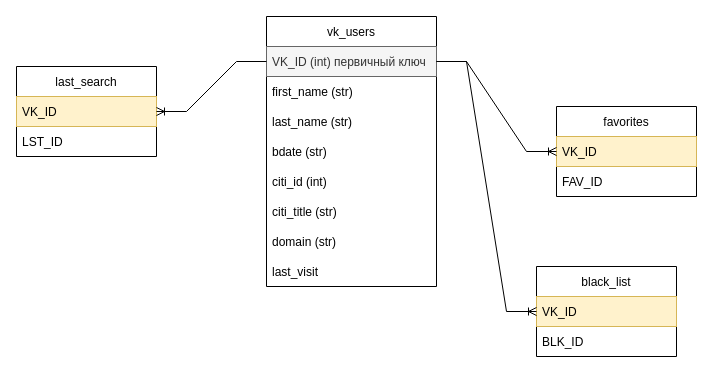
The draw.io diagram docs/DB_Vkinter.drawio in Garbuzenko/VKinder, before the edit. Source tidied: cells renumbered, new cells numbered last; positions are measured from the earlier drawing's top-left corner, leaving out a move shared by most shapes. Both pictures are drawn from the tidied source at 100%, with x=0, y=0 at pixel (16, 16).
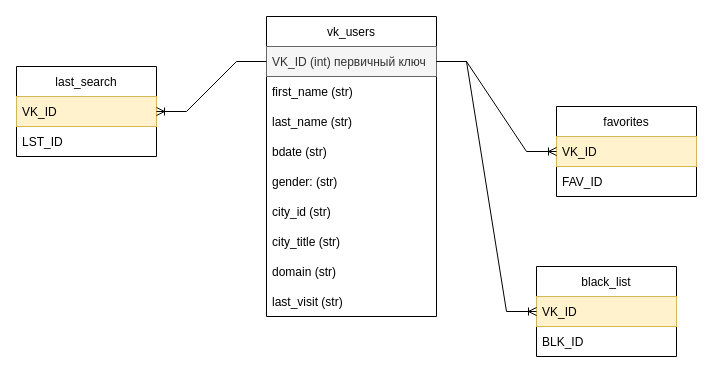
The same page after the edit.

Diff of the diagram source:
```diff
@@
     <mxCell id="2" value="vk_users" style="swimlane;fontStyle=0;horizontal=1;startSize=30;" parent="1" vertex="1">
-      <mxGeometry x="250" width="170" height="270" as="geometry" />
+      <mxGeometry x="250" width="170" height="300" as="geometry" />
     </mxCell>
@@
-    <mxCell id="7" value="citi_id (int)" style="text;strokeColor=none;fillColor=none;align=left;verticalAlign=middle;spacingLeft=4;spacingRight=4;overflow=hidden;" parent="2" vertex="1">
+    <mxCell id="7" value="gender: (str)" style="text;strokeColor=none;fillColor=none;align=left;verticalAlign=middle;spacingLeft=4;spacingRight=4;overflow=hidden;" parent="2" vertex="1">
       <mxGeometry y="150" width="170" height="30" as="geometry" />
     </mxCell>
-    <mxCell id="8" value="citi_title (str)" style="text;strokeColor=none;fillColor=none;align=left;verticalAlign=middle;spacingLeft=4;spacingRight=4;overflow=hidden;" parent="2" vertex="1">
+    <mxCell id="8" value="city_id (str)" style="text;strokeColor=none;fillColor=none;align=left;verticalAlign=middle;spacingLeft=4;spacingRight=4;overflow=hidden;" parent="2" vertex="1">
       <mxGeometry y="180" width="170" height="30" as="geometry" />
     </mxCell>
-    <mxCell id="9" value="domain (str)" style="text;strokeColor=none;fillColor=none;align=left;verticalAlign=middle;spacingLeft=4;spacingRight=4;overflow=hidden;" parent="2" vertex="1">
+    <mxCell id="9" value="city_title (str)" style="text;strokeColor=none;fillColor=none;align=left;verticalAlign=middle;spacingLeft=4;spacingRight=4;overflow=hidden;" parent="2" vertex="1">
       <mxGeometry y="210" width="170" height="30" as="geometry" />
     </mxCell>
-    <mxCell id="10" value="last_visit" style="text;strokeColor=none;fillColor=none;align=left;verticalAlign=middle;spacingLeft=4;spacingRight=4;overflow=hidden;" parent="2" vertex="1">
+    <mxCell id="10" value="domain (str)" style="text;strokeColor=none;fillColor=none;align=left;verticalAlign=middle;spacingLeft=4;spacingRight=4;overflow=hidden;" parent="2" vertex="1">
       <mxGeometry y="240" width="170" height="30" as="geometry" />
     </mxCell>
+    <mxCell id="23" value="last_visit (str)" style="text;strokeColor=none;fillColor=none;align=left;verticalAlign=middle;spacingLeft=4;spacingRight=4;overflow=hidden;" parent="2" vertex="1">
+      <mxGeometry y="270" width="170" height="30" as="geometry" />
+    </mxCell>
```
